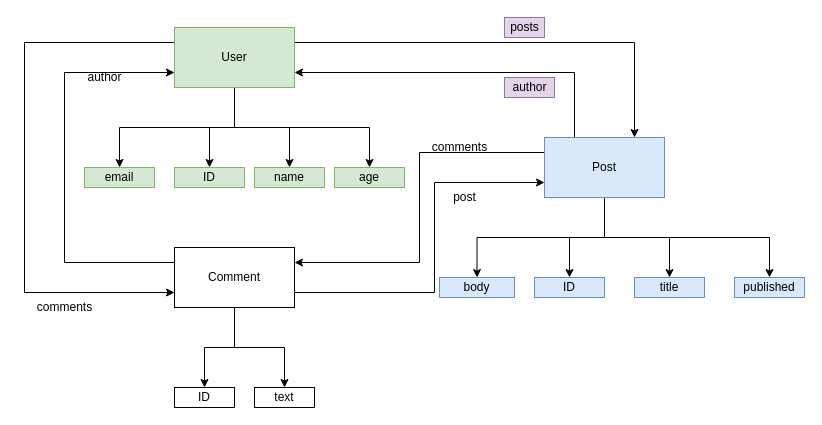
Earlier version of the draw.io diagram page "Page-3" (3 of 3) of diagrams.drawio (synergy2411/graphql-jul). Source tidied: cells renumbered, new cells numbered last; positions are measured from the earlier drawing's top-left corner, leaving out a move shared by most shapes. Both pictures are drawn from the tidied source at 100%, with x=0, y=0 at pixel (24, 17).
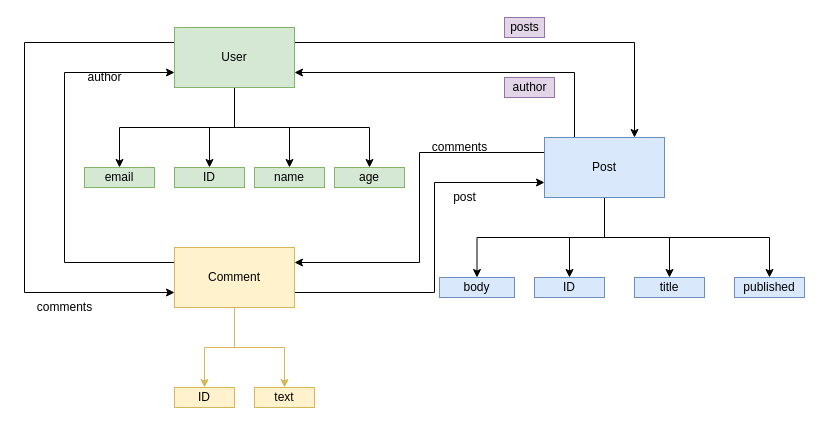
The same diagram, later.

Commit message (it also covers changes not shown here):
post to comments

Change to the diagram source:
```diff
@@
-    <mxCell id="16" style="edgeStyle=orthogonalEdgeStyle;rounded=0;jettySize=auto;html=1;" parent="1" edge="1" source="20" target="29">
+    <mxCell id="16" style="edgeStyle=orthogonalEdgeStyle;rounded=0;jettySize=auto;html=1;fillColor=#fff2cc;strokeColor=#d6b656;" parent="1" edge="1" source="20" target="29">
       <mxGeometry relative="1" as="geometry" />
     </mxCell>
-    <mxCell id="17" style="edgeStyle=orthogonalEdgeStyle;rounded=0;jettySize=auto;html=1;exitX=0.5;exitY=1;exitDx=0;exitDy=0;entryX=0.5;entryY=0;entryDx=0;entryDy=0;" parent="1" edge="1" source="20" target="30">
+    <mxCell id="17" style="edgeStyle=orthogonalEdgeStyle;rounded=0;jettySize=auto;html=1;exitX=0.5;exitY=1;exitDx=0;exitDy=0;entryX=0.5;entryY=0;entryDx=0;entryDy=0;fillColor=#fff2cc;strokeColor=#d6b656;" parent="1" edge="1" source="20" target="30">
       <mxGeometry relative="1" as="geometry" />
     </mxCell>
@@
-    <mxCell id="20" value="Comment" style="rounded=0;whiteSpace=wrap;html=1;" parent="1" vertex="1">
+    <mxCell id="20" value="Comment" style="rounded=0;whiteSpace=wrap;html=1;fillColor=#fff2cc;strokeColor=#d6b656;" parent="1" vertex="1">
       <mxGeometry x="150" y="230" width="120" height="60" as="geometry" />
     </mxCell>
@@
-    <mxCell id="29" value="ID" style="rounded=0;whiteSpace=wrap;html=1;" parent="1" vertex="1">
+    <mxCell id="29" value="ID" style="rounded=0;whiteSpace=wrap;html=1;fillColor=#fff2cc;strokeColor=#d6b656;" parent="1" vertex="1">
       <mxGeometry x="150" y="370" width="60" height="20" as="geometry" />
     </mxCell>
-    <mxCell id="30" value="text" style="rounded=0;whiteSpace=wrap;html=1;" parent="1" vertex="1">
+    <mxCell id="30" value="text" style="rounded=0;whiteSpace=wrap;html=1;fillColor=#fff2cc;strokeColor=#d6b656;" parent="1" vertex="1">
       <mxGeometry x="230" y="370" width="60" height="20" as="geometry" />
     </mxCell>
```
